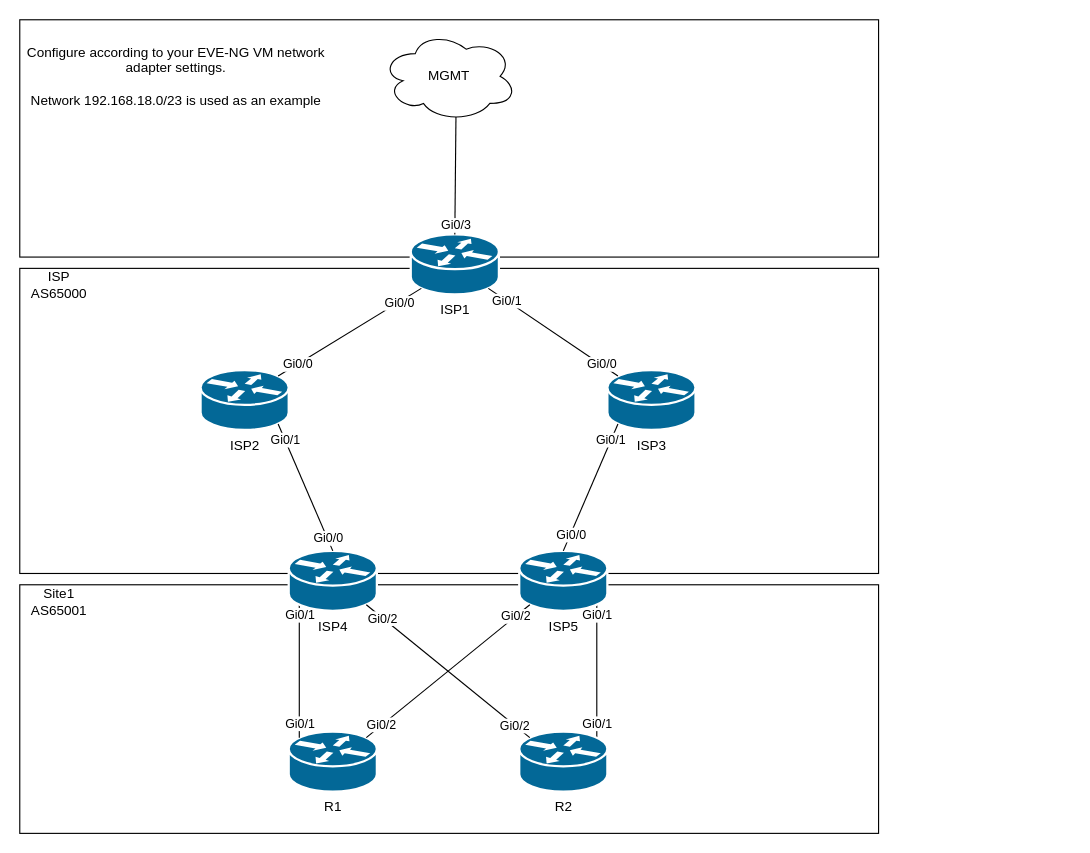
hubert-nitka/monitoring-dashboard keeps this draw.io diagram as page "ISP" (1 of 6) of network-documentation/network-diagram.drawio. Above is the earlier version. Source tidied: cells renumbered, new cells numbered last; positions are measured from the earlier drawing's top-left corner, leaving out a move shared by most shapes. Both pictures are drawn from the tidied source at 113%, with x=0, y=0 at pixel (19, 19).
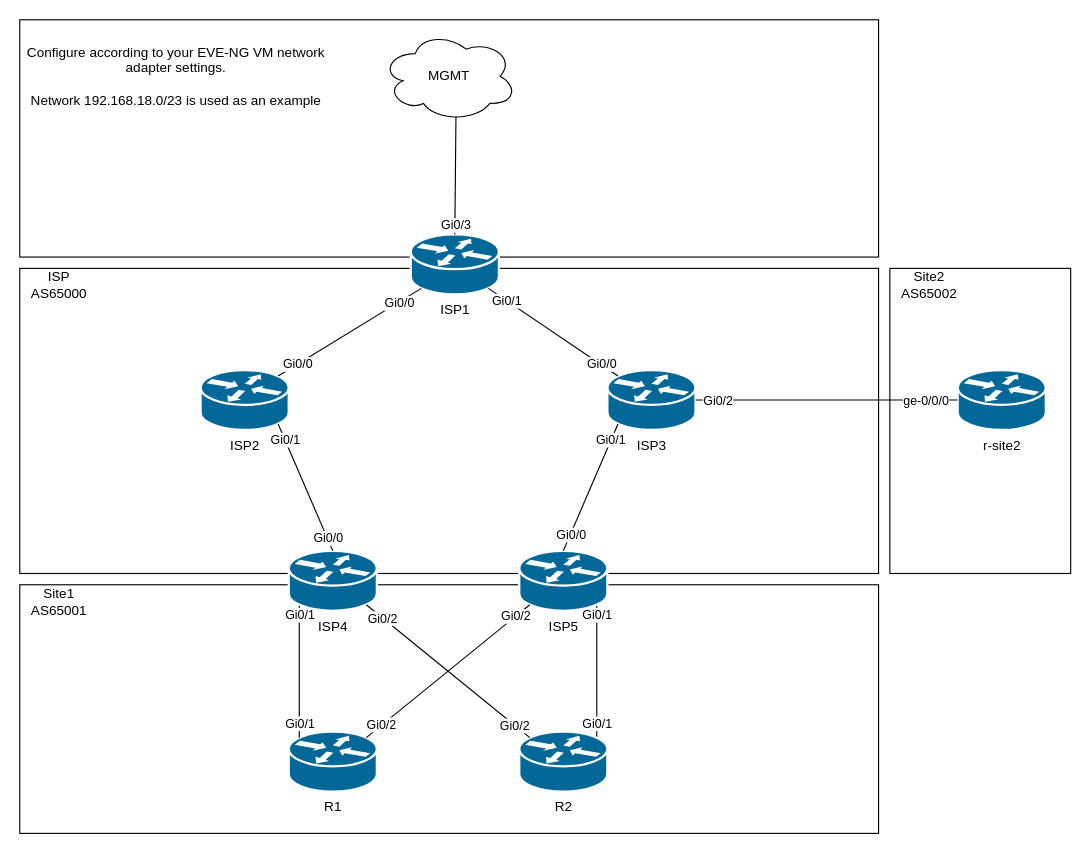
Above is the later version.

The change refers to these unchanged cells:
```xml
<mxCell id="12" value="ISP3" style="strokeColor=#ffffff;sketch=0;html=1;dashed=0;fillColor=#036897;strokeWidth=2;verticalLabelPosition=bottom;verticalAlign=top;align=center;outlineConnect=0;shape=mxgraph.cisco.routers.router;" parent="1" vertex="1">
  <mxGeometry x="520" y="310" width="78" height="53" as="geometry" />
</mxCell>
```

What changed in the source:
```diff
@@
+    <mxCell id="42" style="rounded=0;whiteSpace=wrap;html=1;fillColor=none;strokeColor=light-dark(#000000,#33FF33);" parent="1" vertex="1">
+      <mxGeometry x="770" y="220" width="160" height="270" as="geometry" />
+    </mxCell>
+    <mxCell id="43" value="&lt;div&gt;Site2&lt;/div&gt;&lt;div&gt;AS65002&lt;/div&gt;" style="text;html=1;whiteSpace=wrap;strokeColor=none;fillColor=none;align=center;verticalAlign=middle;rounded=0;" parent="1" vertex="1">
+      <mxGeometry x="770" y="220" width="70" height="30" as="geometry" />
+    </mxCell>
+    <mxCell id="44" value="r-site2" style="strokeColor=#ffffff;sketch=0;html=1;dashed=0;fillColor=#036897;strokeWidth=2;verticalLabelPosition=bottom;verticalAlign=top;align=center;outlineConnect=0;shape=mxgraph.cisco.routers.router;" parent="1" vertex="1">
+      <mxGeometry x="830" y="310" width="78" height="53" as="geometry" />
+    </mxCell>
+    <mxCell id="45" style="edgeStyle=orthogonalEdgeStyle;rounded=0;jettySize=auto;html=1;exitX=1;exitY=0.5;exitDx=0;exitDy=0;exitPerimeter=0;entryX=0;entryY=0.5;entryDx=0;entryDy=0;entryPerimeter=0;endArrow=none;endFill=0;" parent="1" edge="1" source="12" target="44">
+      <mxGeometry relative="1" as="geometry" />
+    </mxCell>
+    <mxCell id="46" value="Gi0/2" style="edgeLabel;html=1;align=center;verticalAlign=middle;" parent="45" vertex="1">
+      <mxGeometry x="-0.84" relative="1" as="geometry" />
+    </mxCell>
+    <mxCell id="47" value="ge-0/0/0" style="edgeLabel;html=1;align=center;verticalAlign=middle;" parent="45" vertex="1">
+      <mxGeometry x="0.75" relative="1" as="geometry" />
+    </mxCell>
```
